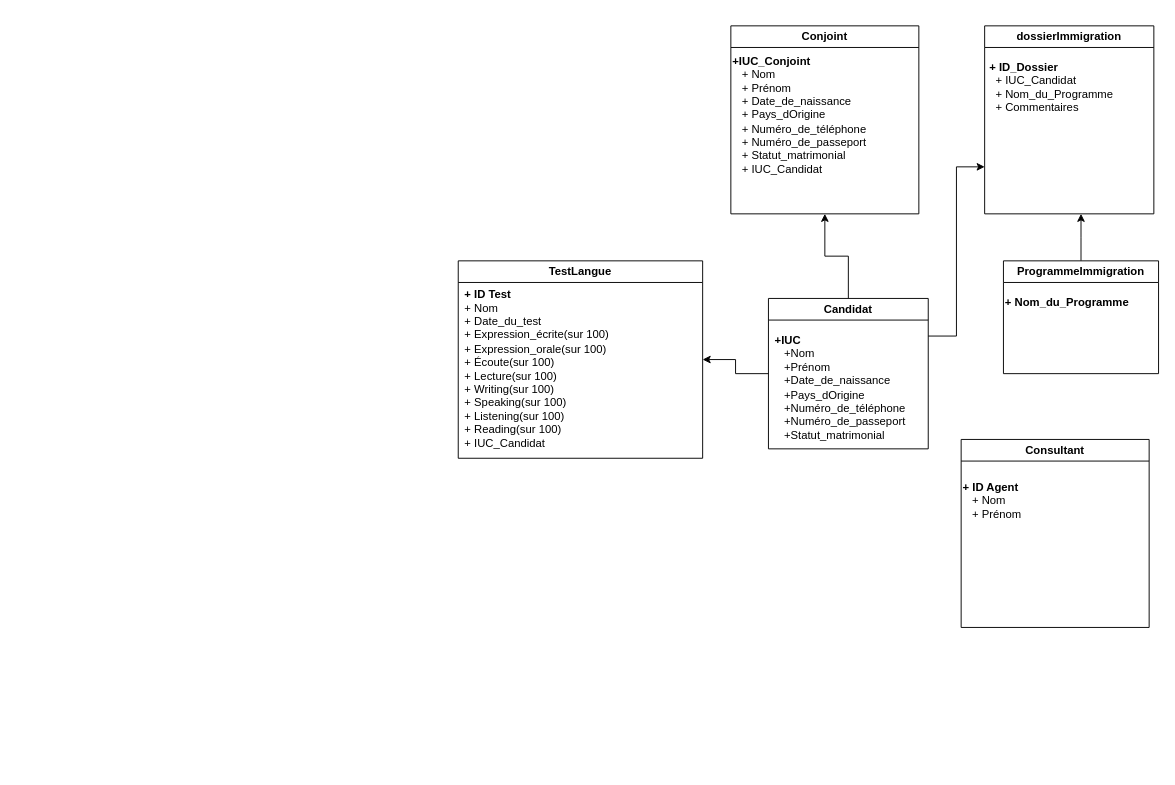
Earlier version of the draw.io diagram Untitled Diagram.drawio (arseneRuben/teacher_data1029_hiv2024). Source tidied: cells renumbered, new cells numbered last; positions are measured from the earlier drawing's top-left corner, leaving out a move shared by most shapes. Both pictures are drawn from the tidied source at 94%, with x=0, y=0 at pixel (453, 25).
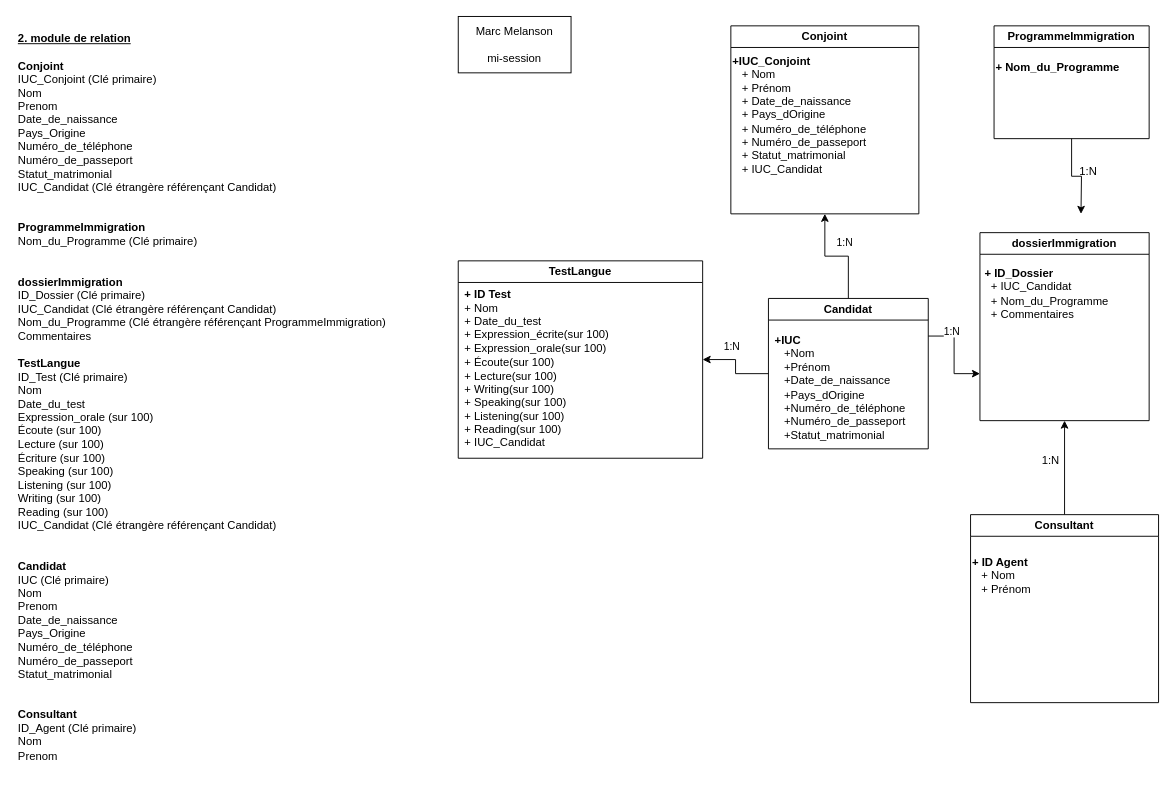
After the change.

Unchanged cells that the change refers to:
```xml
<mxCell id="5" style="edgeStyle=orthogonalEdgeStyle;rounded=0;jettySize=auto;html=1;exitX=0.5;exitY=0;exitDx=0;exitDy=0;entryX=0.5;entryY=1;entryDx=0;entryDy=0;" parent="1" edge="1" source="8" target="10">
  <mxGeometry relative="1" as="geometry" />
</mxCell>
<mxCell id="6" style="edgeStyle=orthogonalEdgeStyle;rounded=0;jettySize=auto;html=1;exitX=0;exitY=0.5;exitDx=0;exitDy=0;entryX=1;entryY=0.5;entryDx=0;entryDy=0;" parent="1" edge="1" source="8" target="12">
  <mxGeometry relative="1" as="geometry" />
</mxCell>
<mxCell id="7" style="edgeStyle=orthogonalEdgeStyle;rounded=0;jettySize=auto;html=1;exitX=1;exitY=0.25;exitDx=0;exitDy=0;entryX=0;entryY=0.75;entryDx=0;entryDy=0;" parent="1" edge="1" source="8" target="16">
  <mxGeometry relative="1" as="geometry" />
</mxCell>
```

What changed in the source:
```diff
@@
     <mxCell id="3" value="ProgrammeImmigration" style="swimlane;whiteSpace=wrap;html=1;startSize=23;" parent="1" vertex="1">
-      <mxGeometry x="585" y="250" width="165" height="120" as="geometry" />
+      <mxGeometry x="575" width="165" height="120" as="geometry" />
     </mxCell>
@@
+    <mxCell id="18" value="1:N" style="edgeLabel;html=1;align=center;verticalAlign=middle;" parent="5" vertex="1">
+      <mxGeometry x="-0.08" y="1" relative="1" as="geometry">
+        <mxPoint x="3" y="-16" as="offset" />
+      </mxGeometry>
+    </mxCell>
@@
+    <mxCell id="19" value="1:N" style="edgeLabel;html=1;align=center;verticalAlign=middle;" parent="6" vertex="1">
+      <mxGeometry x="0.29" y="-1" relative="1" as="geometry">
+        <mxPoint y="-14" as="offset" />
+      </mxGeometry>
+    </mxCell>
@@
+    <mxCell id="20" value="1:N" style="edgeLabel;html=1;align=center;verticalAlign=middle;" parent="7" vertex="1">
+      <mxGeometry x="-0.42" y="4" relative="1" as="geometry">
+        <mxPoint x="-7" y="-6" as="offset" />
+      </mxGeometry>
+    </mxCell>
@@
+    <mxCell id="21" style="edgeStyle=orthogonalEdgeStyle;rounded=0;jettySize=auto;html=1;entryX=0.5;entryY=1;entryDx=0;entryDy=0;" parent="1" edge="1" source="14" target="16">
+      <mxGeometry relative="1" as="geometry" />
+    </mxCell>
     <mxCell id="14" value="Consultant" style="swimlane;whiteSpace=wrap;html=1;" parent="1" vertex="1">
-      <mxGeometry x="540" y="440" width="200" height="200" as="geometry" />
+      <mxGeometry x="550" y="520" width="200" height="200" as="geometry" />
     </mxCell>
@@
     <mxCell id="16" value=" dossierImmigration" style="swimlane;whiteSpace=wrap;html=1;" parent="1" vertex="1">
-      <mxGeometry x="565" width="180" height="200" as="geometry" />
+      <mxGeometry x="560" y="220" width="180" height="200" as="geometry" />
     </mxCell>
@@
+    <mxCell id="22" value="1:N" style="text;html=1;align=center;verticalAlign=middle;strokeColor=none;fillColor=none;" parent="1" vertex="1">
+      <mxGeometry x="655" y="140" width="40" height="30" as="geometry" />
+    </mxCell>
+    <mxCell id="23" value="Marc Melanson&lt;br&gt;&lt;br&gt;mi-session" style="rounded=0;whiteSpace=wrap;html=1;" parent="1" vertex="1">
+      <mxGeometry x="5" y="-10" width="120" height="60" as="geometry" />
+    </mxCell>
+    <mxCell id="24" value="1:N" style="text;html=1;align=center;verticalAlign=middle;strokeColor=none;fillColor=none;" parent="1" vertex="1">
+      <mxGeometry x="615" y="448" width="40" height="30" as="geometry" />
+    </mxCell>
+    <mxCell id="25" value="&lt;div&gt;&lt;b style=&quot;background-color: initial;&quot;&gt;&lt;u&gt;2. module de relation&lt;/u&gt;&lt;/b&gt;&lt;br&gt;&lt;/div&gt;&lt;div&gt;&lt;br&gt;&lt;/div&gt;&lt;div&gt;&lt;b&gt;Conjoint&lt;/b&gt;&lt;/div&gt;&lt;div&gt;IUC_Conjoint (Clé primaire)&lt;/div&gt;&lt;div&gt;Nom&lt;/div&gt;&lt;div&gt;Prenom&lt;/div&gt;&lt;div&gt;Date_de_naissance&lt;/div&gt;&lt;div&gt;Pays_Origine&lt;/div&gt;&lt;div&gt;Numéro_de_téléphone&lt;/div&gt;&lt;div&gt;Numéro_de_passeport&lt;/div&gt;&lt;div&gt;Statut_matrimonial&lt;/div&gt;&lt;div&gt;IUC_Candidat (Clé étrangère référençant Candidat)&lt;/div&gt;&lt;div&gt;&lt;br&gt;&lt;/div&gt;&lt;div&gt;&lt;br&gt;&lt;/div&gt;&lt;div&gt;&lt;b&gt;ProgrammeImmigration&lt;/b&gt;&lt;/div&gt;&lt;div&gt;Nom_du_Programme (Clé primaire)&lt;/div&gt;&lt;div&gt;&lt;br&gt;&lt;/div&gt;&lt;div&gt;&lt;br&gt;&lt;/div&gt;&lt;div&gt;&lt;b&gt;dossierImmigration&lt;/b&gt;&lt;/div&gt;&lt;div&gt;ID_Dossier (Clé primaire)&lt;/div&gt;&lt;div&gt;IUC_Candidat (Clé étrangère référençant Candidat)&lt;/div&gt;&lt;div&gt;Nom_du_Programme (Clé étrangère référençant ProgrammeImmigration)&lt;/div&gt;&lt;div&gt;Commentaires&lt;/div&gt;&lt;div&gt;&lt;br&gt;&lt;/div&gt;&lt;div&gt;&lt;b&gt;TestLangue&lt;/b&gt;&lt;/div&gt;&lt;div&gt;ID_Test (Clé primaire)&lt;/div&gt;&lt;div&gt;Nom&lt;/div&gt;&lt;div&gt;Date_du_test&lt;/div&gt;&lt;div&gt;Expression_orale (sur 100)&lt;/div&gt;&lt;div&gt;Écoute (sur 100)&lt;/div&gt;&lt;div&gt;Lecture (sur 100)&lt;/div&gt;&lt;div&gt;Écriture (sur 100)&lt;/div&gt;&lt;div&gt;Speaking (sur 100)&lt;/div&gt;&lt;div&gt;Listening (sur 100)&lt;/div&gt;&lt;div&gt;Writing (sur 100)&lt;/div&gt;&lt;div&gt;Reading (sur 100)&lt;/div&gt;&lt;div&gt;IUC_Candidat (Clé étrangère référençant Candidat)&lt;/div&gt;&lt;div&gt;&lt;br&gt;&lt;/div&gt;&lt;div&gt;&lt;br&gt;&lt;/div&gt;&lt;div&gt;&lt;b&gt;Candidat&lt;/b&gt;&lt;/div&gt;&lt;div&gt;IUC (Clé primaire)&lt;/div&gt;&lt;div&gt;Nom&lt;/div&gt;&lt;div&gt;Prenom&lt;/div&gt;&lt;div&gt;Date_de_naissance&lt;/div&gt;&lt;div&gt;Pays_Origine&lt;/div&gt;&lt;div&gt;Numéro_de_téléphone&lt;/div&gt;&lt;div&gt;Numéro_de_passeport&lt;/div&gt;&lt;div&gt;Statut_matrimonial&lt;/div&gt;&lt;div&gt;&lt;br&gt;&lt;/div&gt;&lt;div&gt;&lt;b&gt;&lt;br&gt;&lt;/b&gt;&lt;/div&gt;&lt;div&gt;&lt;b&gt;Consultant&lt;/b&gt;&lt;/div&gt;&lt;div&gt;ID_Agent (Clé primaire)&lt;/div&gt;&lt;div&gt;Nom&lt;/div&gt;&lt;div&gt;Prenom&lt;/div&gt;" style="text;html=1;align=left;verticalAlign=middle;strokeColor=none;fillColor=none;" parent="1" vertex="1">
+      <mxGeometry x="-465" width="410" height="790" as="geometry" />
+    </mxCell>
```
